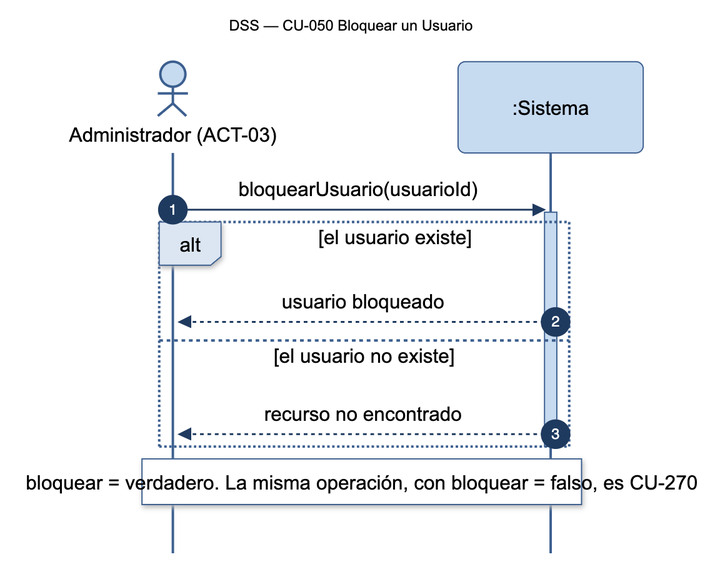
This is diagramas/png/DSS_CU-050_Bloquear-un-Usuario.png from Nahuelito-Dev/splg-docs, a Mermaid export, as it was before one commit. Its source is kept beside it as diagramas/DSS_CU-050_Bloquear-un-Usuario.mmd.
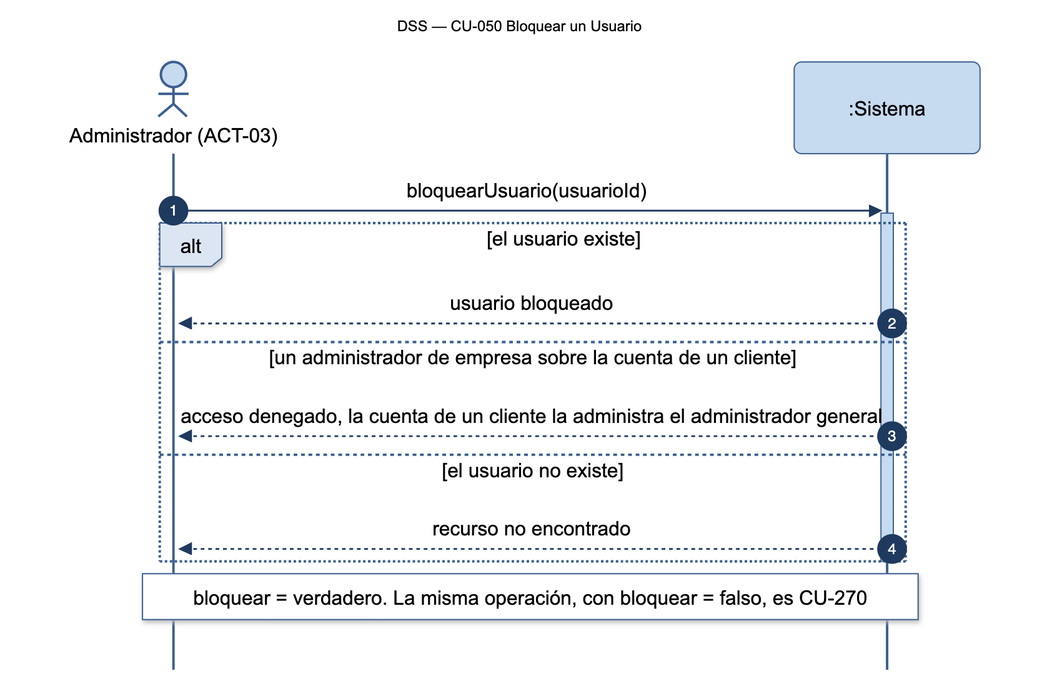
The same file after the commit.

The edit, as a diff of the source:
```diff
@@ -8,6 +8,8 @@
     activate SIS
     alt el usuario existe
         SIS-->>ADM: usuario bloqueado
+    else un administrador de empresa sobre la cuenta de un cliente
+        SIS-->>ADM: acceso denegado, la cuenta de un cliente la administra el administrador general
     else el usuario no existe
         SIS-->>ADM: recurso no encontrado
     end
```
